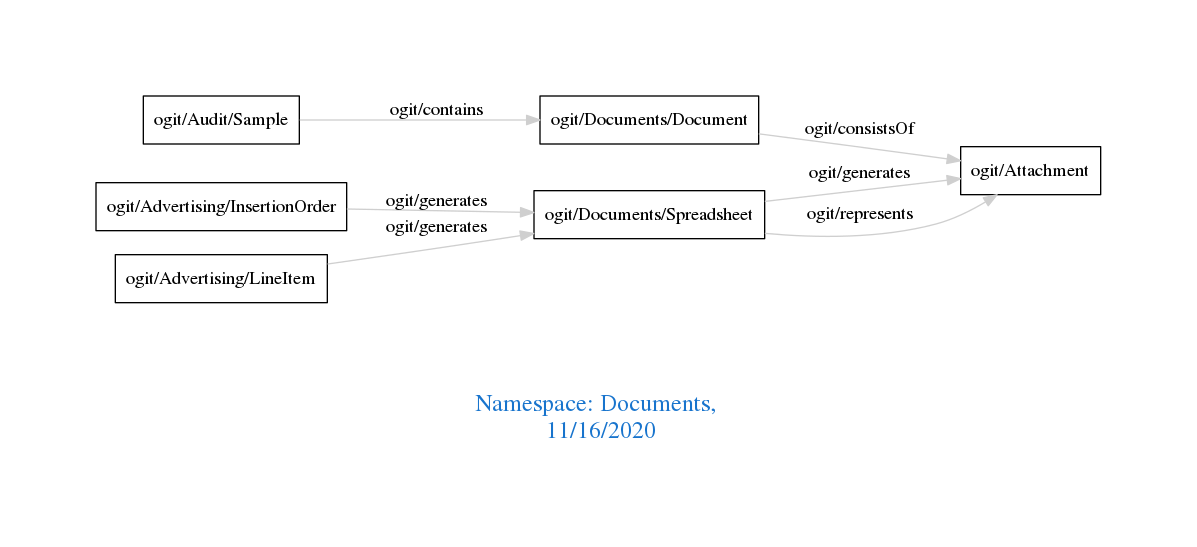
The Graphviz diagram downloads/Documents.png in arago/OGIT, before a commit. Its source is kept beside it as downloads/Documents.dot.
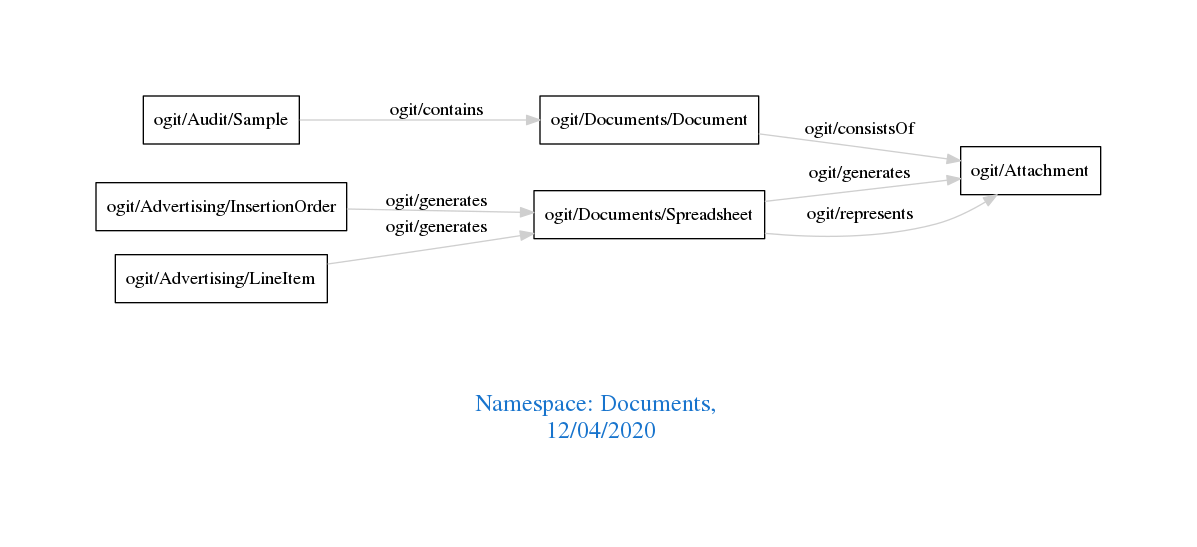
Later version of the same file.

The edit, as a diff of the source:
```diff
@@ -1,7 +1,7 @@
 digraph OGIT_ontology {
  graph [ rankdir= LR,pad=1
 fontsize = 18,
-fontcolor= dodgerblue3,label = "\n\n\nNamespace: Documents, \n 11/16/2020"];
+fontcolor= dodgerblue3,label = "\n\n\nNamespace: Documents, \n 12/04/2020"];
 node[shape=polygon];
 edge [  color="gray81"];
 
```
